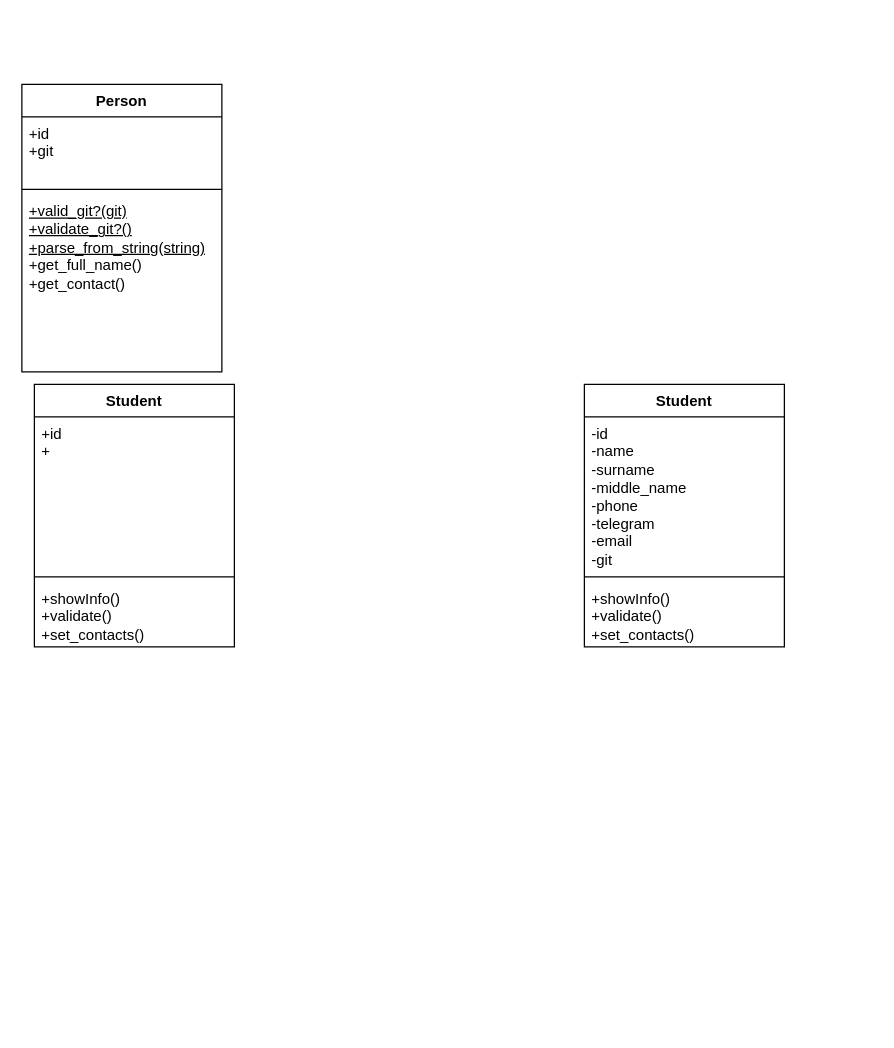
The draw.io diagram Диаграмма классов.drawio in lotarv/designPatterns, before the edit. Source tidied: cells renumbered, new cells numbered last; positions are measured from the earlier drawing's top-left corner, leaving out a move shared by most shapes. Both pictures are drawn from the tidied source at 125%, with x=0, y=0 at pixel (21, 84).
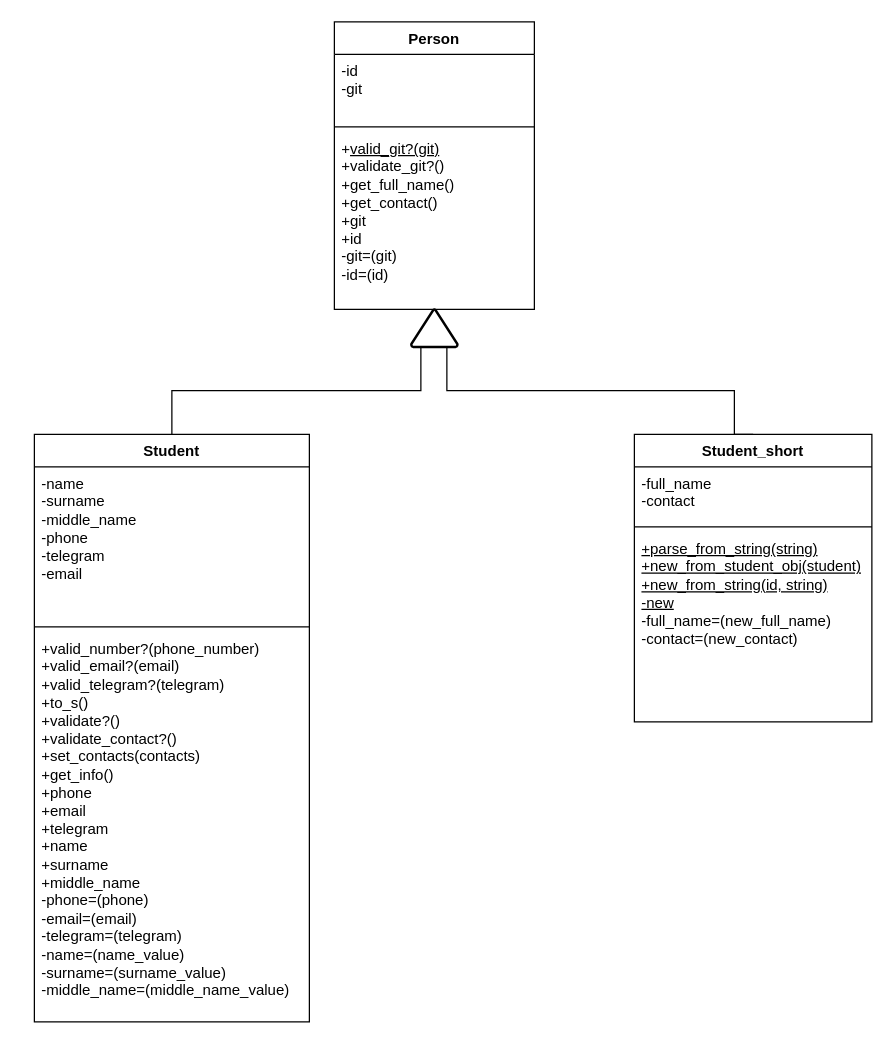
The same page after the edit.

Commit message (it also covers changes not shown here):
lab2 final_changes and diagrams

Change to the diagram source:
```diff
@@
 <mxGraphModel>
   <root>
     <mxCell id="0" />
     <mxCell id="1" parent="0" />
     <mxCell id="2" value="Student" style="swimlane;fontStyle=1;align=center;verticalAlign=top;horizontal=1;startSize=26;whiteSpace=wrap;html=1;" parent="1" vertex="1">
-      <mxGeometry x="10" y="240" width="160" height="210" as="geometry" />
+      <mxGeometry x="10" y="280" width="220" height="470" as="geometry" />
     </mxCell>
-    <mxCell id="3" value="+id&lt;div&gt;+&lt;/div&gt;" style="text;strokeColor=none;fillColor=none;align=left;verticalAlign=top;spacingLeft=4;spacingRight=4;overflow=hidden;whiteSpace=wrap;html=1;" parent="2" vertex="1">
-      <mxGeometry y="26" width="160" height="124" as="geometry" />
+    <mxCell id="3" value="-name&lt;div&gt;-surname&lt;/div&gt;&lt;div&gt;-middle_name&lt;/div&gt;&lt;div&gt;-phone&lt;/div&gt;&lt;div&gt;-telegram&lt;/div&gt;&lt;div&gt;-email&lt;/div&gt;&lt;div&gt;&lt;br&gt;&lt;/div&gt;&lt;div&gt;&lt;br&gt;&lt;/div&gt;" style="text;strokeColor=none;fillColor=none;align=left;verticalAlign=top;spacingLeft=4;spacingRight=4;overflow=hidden;whiteSpace=wrap;html=1;" parent="2" vertex="1">
+      <mxGeometry y="26" width="220" height="124" as="geometry" />
     </mxCell>
     <mxCell id="4" style="line;strokeWidth=1;fillColor=none;align=left;verticalAlign=middle;spacingTop=-1;spacingLeft=3;spacingRight=3;labelPosition=right;strokeColor=inherit;" parent="2" vertex="1">
-      <mxGeometry y="150" width="160" height="8" as="geometry" />
+      <mxGeometry y="150" width="220" height="8" as="geometry" />
     </mxCell>
-    <mxCell id="5" value="+showInfo()&lt;div&gt;+validate()&lt;/div&gt;&lt;div&gt;+set_contacts()&lt;/div&gt;&lt;div&gt;&lt;br&gt;&lt;/div&gt;" style="text;strokeColor=none;fillColor=none;align=left;verticalAlign=top;spacingLeft=4;spacingRight=4;overflow=hidden;whiteSpace=wrap;html=1;" parent="2" vertex="1">
-      <mxGeometry y="158" width="160" height="52" as="geometry" />
+    <mxCell id="5" value="&lt;div&gt;+valid_number?(phone_number)&lt;/div&gt;&lt;div&gt;+valid_email?(email)&lt;/div&gt;&lt;div&gt;+valid_telegram?(telegram)&lt;/div&gt;&lt;div&gt;+to_s()&lt;/div&gt;&lt;div&gt;+validate?()&lt;/div&gt;&lt;div&gt;+validate_contact?()&lt;/div&gt;&lt;div&gt;+set_contacts(contacts)&lt;/div&gt;&lt;div&gt;+get_info()&lt;/div&gt;&lt;div&gt;+phone&lt;/div&gt;&lt;div&gt;+email&lt;/div&gt;&lt;div&gt;+telegram&lt;/div&gt;&lt;div&gt;+name&lt;/div&gt;&lt;div&gt;+surname&lt;br&gt;+middle_name&lt;/div&gt;&lt;div&gt;-phone=(phone)&lt;/div&gt;&lt;div&gt;-email=(email)&lt;/div&gt;&lt;div&gt;-telegram=(telegram)&lt;/div&gt;&lt;div&gt;-name=(name_value)&lt;/div&gt;&lt;div&gt;-surname=(surname_value)&lt;/div&gt;&lt;div&gt;-middle_name=(middle_name_value)&lt;/div&gt;&lt;div&gt;&lt;br&gt;&lt;/div&gt;" style="text;strokeColor=none;fillColor=none;align=left;verticalAlign=top;spacingLeft=4;spacingRight=4;overflow=hidden;whiteSpace=wrap;html=1;" parent="2" vertex="1">
+      <mxGeometry y="158" width="220" height="312" as="geometry" />
     </mxCell>
-    <mxCell id="6" value="Student" style="swimlane;fontStyle=1;align=center;verticalAlign=top;horizontal=1;startSize=26;whiteSpace=wrap;html=1;" parent="1" vertex="1">
-      <mxGeometry x="450" y="240" width="160" height="210" as="geometry" />
+    <mxCell id="6" value="Student_short" style="swimlane;fontStyle=1;align=center;verticalAlign=top;horizontal=1;startSize=26;whiteSpace=wrap;html=1;" parent="1" vertex="1">
+      <mxGeometry x="490" y="280" width="190" height="230" as="geometry" />
     </mxCell>
-    <mxCell id="7" value="-id&lt;div&gt;-name&lt;/div&gt;&lt;div&gt;-surname&lt;/div&gt;&lt;div&gt;-middle_name&lt;/div&gt;&lt;div&gt;-phone&lt;/div&gt;&lt;div&gt;-telegram&lt;/div&gt;&lt;div&gt;-email&lt;/div&gt;&lt;div&gt;-git&lt;/div&gt;" style="text;strokeColor=none;fillColor=none;align=left;verticalAlign=top;spacingLeft=4;spacingRight=4;overflow=hidden;whiteSpace=wrap;html=1;" parent="6" vertex="1">
-      <mxGeometry y="26" width="160" height="124" as="geometry" />
+    <mxCell id="7" value="-full_name&lt;div&gt;-contact&lt;/div&gt;" style="text;strokeColor=none;fillColor=none;align=left;verticalAlign=top;spacingLeft=4;spacingRight=4;overflow=hidden;whiteSpace=wrap;html=1;" parent="6" vertex="1">
+      <mxGeometry y="26" width="190" height="44" as="geometry" />
     </mxCell>
     <mxCell id="8" style="line;strokeWidth=1;fillColor=none;align=left;verticalAlign=middle;spacingTop=-1;spacingLeft=3;spacingRight=3;labelPosition=right;strokeColor=inherit;" parent="6" vertex="1">
-      <mxGeometry y="150" width="160" height="8" as="geometry" />
+      <mxGeometry y="70" width="190" height="8" as="geometry" />
     </mxCell>
-    <mxCell id="9" value="+showInfo()&lt;div&gt;+validate()&lt;/div&gt;&lt;div&gt;+set_contacts()&lt;/div&gt;&lt;div&gt;&lt;br&gt;&lt;/div&gt;" style="text;strokeColor=none;fillColor=none;align=left;verticalAlign=top;spacingLeft=4;spacingRight=4;overflow=hidden;whiteSpace=wrap;html=1;" parent="6" vertex="1">
-      <mxGeometry y="158" width="160" height="52" as="geometry" />
+    <mxCell id="9" value="&lt;div&gt;&lt;u&gt;+parse_from_string(string)&lt;/u&gt;&lt;div&gt;&lt;u&gt;+new_from_student_obj(student)&lt;/u&gt;&lt;/div&gt;&lt;div&gt;&lt;u&gt;+new_from_string(id, string)&lt;/u&gt;&lt;/div&gt;&lt;div&gt;&lt;u&gt;-new&lt;/u&gt;&lt;/div&gt;&lt;/div&gt;&lt;div&gt;-full_name=(new_full_name)&lt;/div&gt;&lt;div&gt;-contact=(new_contact)&lt;/div&gt;&lt;div&gt;&lt;br&gt;&lt;/div&gt;&lt;div&gt;&lt;br&gt;&lt;/div&gt;&lt;div&gt;&lt;u&gt;&lt;br&gt;&lt;/u&gt;&lt;/div&gt;" style="text;strokeColor=none;fillColor=none;align=left;verticalAlign=top;spacingLeft=4;spacingRight=4;overflow=hidden;whiteSpace=wrap;html=1;" parent="6" vertex="1">
+      <mxGeometry y="78" width="190" height="152" as="geometry" />
     </mxCell>
     <mxCell id="10" value="Person" style="swimlane;fontStyle=1;align=center;verticalAlign=top;horizontal=1;startSize=26;whiteSpace=wrap;html=1;" parent="1" vertex="1">
-      <mxGeometry width="160" height="230" as="geometry" />
+      <mxGeometry x="250" y="-50" width="160" height="230" as="geometry" />
     </mxCell>
-    <mxCell id="11" value="+id&lt;div&gt;+git&lt;/div&gt;" style="text;strokeColor=none;fillColor=none;align=left;verticalAlign=top;spacingLeft=4;spacingRight=4;overflow=hidden;whiteSpace=wrap;html=1;" parent="10" vertex="1">
+    <mxCell id="11" value="-id&lt;div&gt;-git&lt;/div&gt;" style="text;strokeColor=none;fillColor=none;align=left;verticalAlign=top;spacingLeft=4;spacingRight=4;overflow=hidden;whiteSpace=wrap;html=1;" parent="10" vertex="1">
       <mxGeometry y="26" width="160" height="54" as="geometry" />
     </mxCell>
     <mxCell id="12" style="line;strokeWidth=1;fillColor=none;align=left;verticalAlign=middle;spacingTop=-1;spacingLeft=3;spacingRight=3;labelPosition=right;strokeColor=inherit;" parent="10" vertex="1">
       <mxGeometry y="80" width="160" height="8" as="geometry" />
     </mxCell>
-    <mxCell id="13" value="&lt;u&gt;+valid_git?(git)&lt;/u&gt;&lt;div&gt;&lt;u&gt;+validate_git?()&lt;/u&gt;&lt;br&gt;&lt;u&gt;+parse_from_string(string)&lt;/u&gt;&lt;br&gt;+get_full_name()&lt;br&gt;+get_contact()&lt;br&gt;&lt;br&gt;&lt;/div&gt;" style="text;strokeColor=none;fillColor=none;align=left;verticalAlign=top;spacingLeft=4;spacingRight=4;overflow=hidden;whiteSpace=wrap;html=1;" parent="10" vertex="1">
+    <mxCell id="13" value="&lt;div&gt;+&lt;u&gt;valid_git?(git)&lt;/u&gt;&lt;/div&gt;&lt;div&gt;+validate_git?()&lt;/div&gt;&lt;div&gt;+get_full_name()&lt;br&gt;+get_contact()&lt;/div&gt;&lt;div&gt;+git&lt;/div&gt;&lt;div&gt;+id&lt;/div&gt;&lt;div&gt;&lt;span style=&quot;background-color: initial;&quot;&gt;-git=(git)&lt;/span&gt;&lt;/div&gt;&lt;div&gt;-id=(id)&lt;/div&gt;" style="text;strokeColor=none;fillColor=none;align=left;verticalAlign=top;spacingLeft=4;spacingRight=4;overflow=hidden;whiteSpace=wrap;html=1;" parent="10" vertex="1">
       <mxGeometry y="88" width="160" height="142" as="geometry" />
     </mxCell>
+    <mxCell id="14" style="edgeStyle=orthogonalEdgeStyle;rounded=0;jettySize=auto;html=1;exitX=0.208;exitY=1.007;exitDx=0;exitDy=0;exitPerimeter=0;entryX=0.5;entryY=0;entryDx=0;entryDy=0;endArrow=none;endFill=0;" parent="1" edge="1" source="16" target="2">
+      <mxGeometry relative="1" as="geometry" />
+    </mxCell>
+    <mxCell id="15" style="edgeStyle=orthogonalEdgeStyle;rounded=0;jettySize=auto;html=1;exitX=0.5;exitY=1;exitDx=0;exitDy=0;exitPerimeter=0;entryX=0.5;entryY=0;entryDx=0;entryDy=0;endArrow=none;endFill=0;" parent="1" edge="1" source="16" target="6">
+      <mxGeometry relative="1" as="geometry">
+        <Array as="points">
+          <mxPoint x="340" y="210" />
+          <mxPoint x="340" y="245" />
+          <mxPoint x="570" y="245" />
+        </Array>
+      </mxGeometry>
+    </mxCell>
+    <mxCell id="16" style="strokeWidth=2;html=1;shape=mxgraph.flowchart.extract_or_measurement;whiteSpace=wrap;" parent="1" vertex="1">
+      <mxGeometry x="311.5" y="180" width="37" height="30" as="geometry" />
+    </mxCell>
   </root>
 </mxGraphModel>
```
